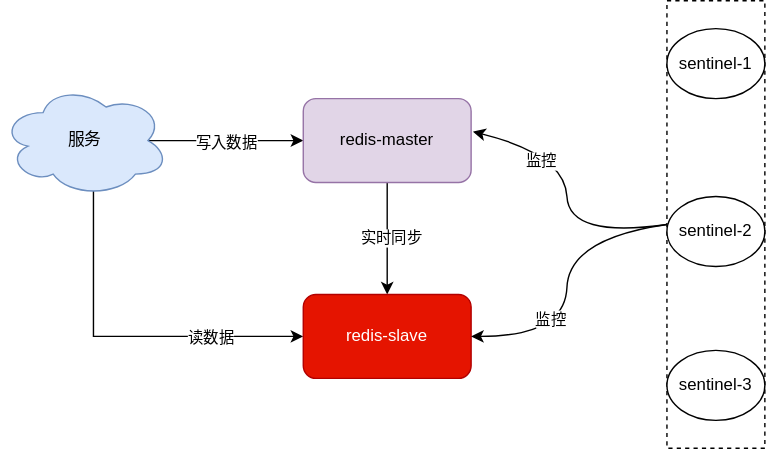
Before: picture/blog/redis/redis-3.svg, a diagram exported from draw.io (LuFudi/LuFudi.github.io). Source tidied: cells renumbered, new cells last; positions are measured from the earlier drawing's top-left corner, leaving out a move shared by most shapes.
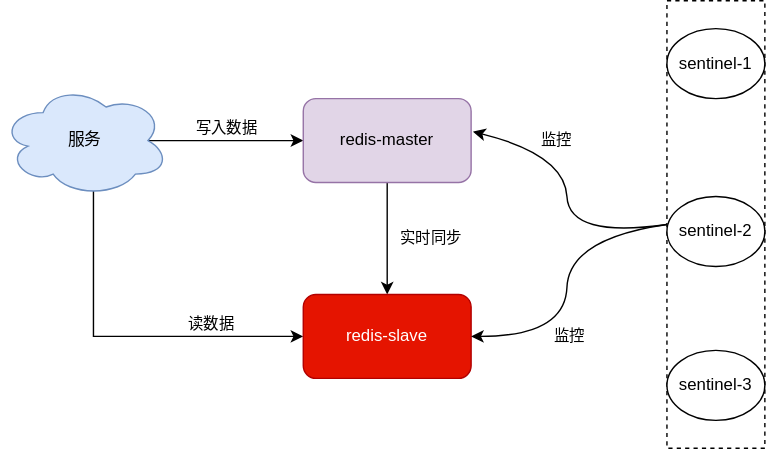
After the change.

Diff of the diagram source:
```diff
@@ -5,8 +5,10 @@
     <mxCell id="2" style="edgeStyle=orthogonalEdgeStyle;rounded=0;jettySize=auto;html=1;exitX=0.875;exitY=0.5;exitDx=0;exitDy=0;exitPerimeter=0;entryX=0;entryY=0.5;entryDx=0;entryDy=0;" parent="1" edge="1" source="6" target="9">
       <mxGeometry relative="1" as="geometry" />
     </mxCell>
-    <mxCell id="3" value="写入数据" style="edgeLabel;html=1;align=center;verticalAlign=middle;" parent="2" vertex="1">
-      <mxGeometry y="-1" relative="1" as="geometry" />
+    <mxCell id="3" value="写入数据" style="edgeLabel;html=1;align=center;verticalAlign=middle;labelBackgroundColor=none;" parent="2" vertex="1">
+      <mxGeometry y="-1" relative="1" as="geometry">
+        <mxPoint y="-11" as="offset" />
+      </mxGeometry>
     </mxCell>
     <mxCell id="4" style="edgeStyle=orthogonalEdgeStyle;rounded=0;jettySize=auto;html=1;exitX=0.55;exitY=0.95;exitDx=0;exitDy=0;exitPerimeter=0;entryX=0;entryY=0.5;entryDx=0;entryDy=0;" parent="1" edge="1" source="6" target="10">
       <mxGeometry relative="1" as="geometry">
@@ -15,8 +17,10 @@
         </Array>
       </mxGeometry>
     </mxCell>
-    <mxCell id="5" value="读数据" style="edgeLabel;html=1;align=center;verticalAlign=middle;" parent="4" vertex="1">
-      <mxGeometry x="0.48" relative="1" as="geometry" />
+    <mxCell id="5" value="读数据" style="edgeLabel;html=1;align=center;verticalAlign=middle;labelBackgroundColor=none;" parent="4" vertex="1">
+      <mxGeometry x="0.48" relative="1" as="geometry">
+        <mxPoint y="-10" as="offset" />
+      </mxGeometry>
     </mxCell>
     <mxCell id="6" value="服务" style="ellipse;shape=cloud;whiteSpace=wrap;html=1;fillColor=#dae8fc;strokeColor=#6c8ebf;" parent="1" vertex="1">
       <mxGeometry y="60" width="120" height="80" as="geometry" />
@@ -24,8 +28,10 @@
     <mxCell id="7" style="edgeStyle=orthogonalEdgeStyle;rounded=0;jettySize=auto;html=1;exitX=0.5;exitY=1;exitDx=0;exitDy=0;entryX=0.5;entryY=0;entryDx=0;entryDy=0;" parent="1" edge="1" source="9" target="10">
       <mxGeometry relative="1" as="geometry" />
     </mxCell>
-    <mxCell id="8" value="实时同步" style="edgeLabel;html=1;align=center;verticalAlign=middle;" parent="7" vertex="1">
-      <mxGeometry x="-0.02" y="2" relative="1" as="geometry" />
+    <mxCell id="8" value="实时同步" style="edgeLabel;html=1;align=center;verticalAlign=middle;labelBackgroundColor=none;" parent="7" vertex="1">
+      <mxGeometry x="-0.02" y="2" relative="1" as="geometry">
+        <mxPoint x="28" as="offset" />
+      </mxGeometry>
     </mxCell>
     <mxCell id="9" value="redis-master" style="rounded=1;whiteSpace=wrap;html=1;fillColor=#e1d5e7;strokeColor=#9673a6;" parent="1" vertex="1">
       <mxGeometry x="216" y="70" width="120" height="60" as="geometry" />
@@ -53,8 +59,10 @@
         </Array>
       </mxGeometry>
     </mxCell>
-    <mxCell id="16" value="监控" style="edgeLabel;html=1;align=center;verticalAlign=middle;" parent="15" vertex="1">
-      <mxGeometry x="0.48" y="9" relative="1" as="geometry" />
+    <mxCell id="16" value="监控" style="edgeLabel;html=1;align=center;verticalAlign=middle;labelBackgroundColor=none;" parent="15" vertex="1">
+      <mxGeometry x="0.48" y="9" relative="1" as="geometry">
+        <mxPoint x="11" y="-15" as="offset" />
+      </mxGeometry>
     </mxCell>
     <mxCell id="17" style="endArrow=classic;html=1;rounded=0;curved=1;entryX=1;entryY=0.5;entryDx=0;entryDy=0;" parent="1" edge="1" target="10">
       <mxGeometry relative="1" as="geometry">
@@ -65,8 +73,10 @@
         </Array>
       </mxGeometry>
     </mxCell>
-    <mxCell id="18" value="监控" style="edgeLabel;html=1;align=center;verticalAlign=middle;" parent="17" vertex="1">
-      <mxGeometry x="0.25" y="-11" relative="1" as="geometry" />
+    <mxCell id="18" value="监控" style="edgeLabel;html=1;align=center;verticalAlign=middle;labelBackgroundColor=none;" parent="17" vertex="1">
+      <mxGeometry x="0.25" y="-11" relative="1" as="geometry">
+        <mxPoint x="13" y="12" as="offset" />
+      </mxGeometry>
     </mxCell>
   </root>
 </mxGraphModel>
```
